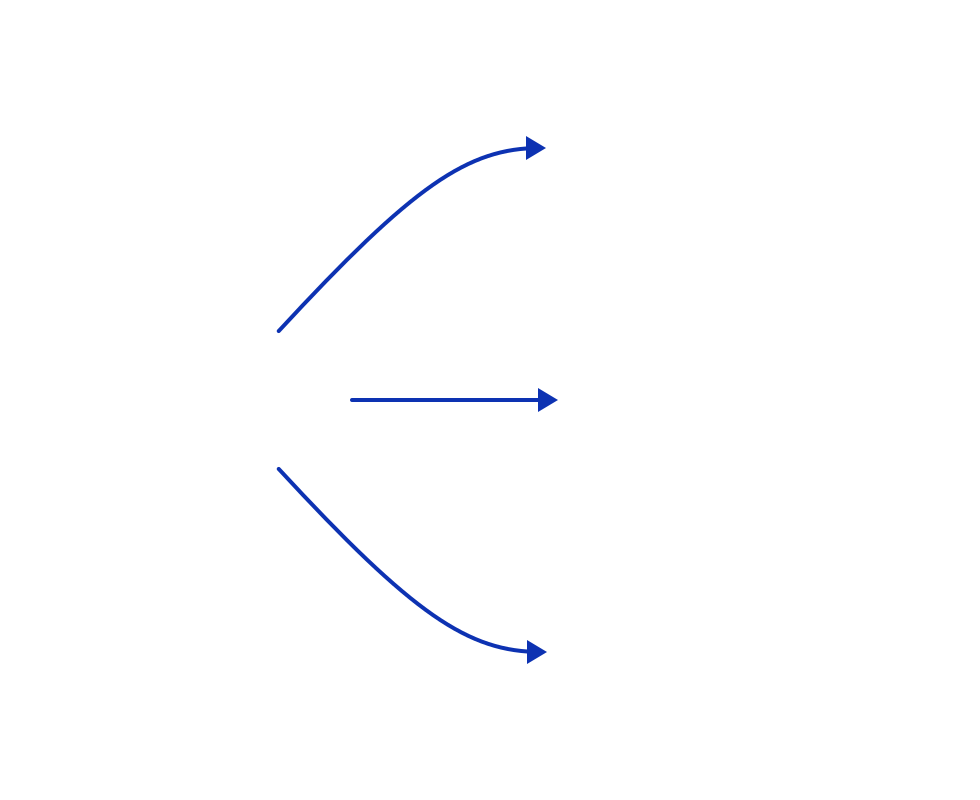
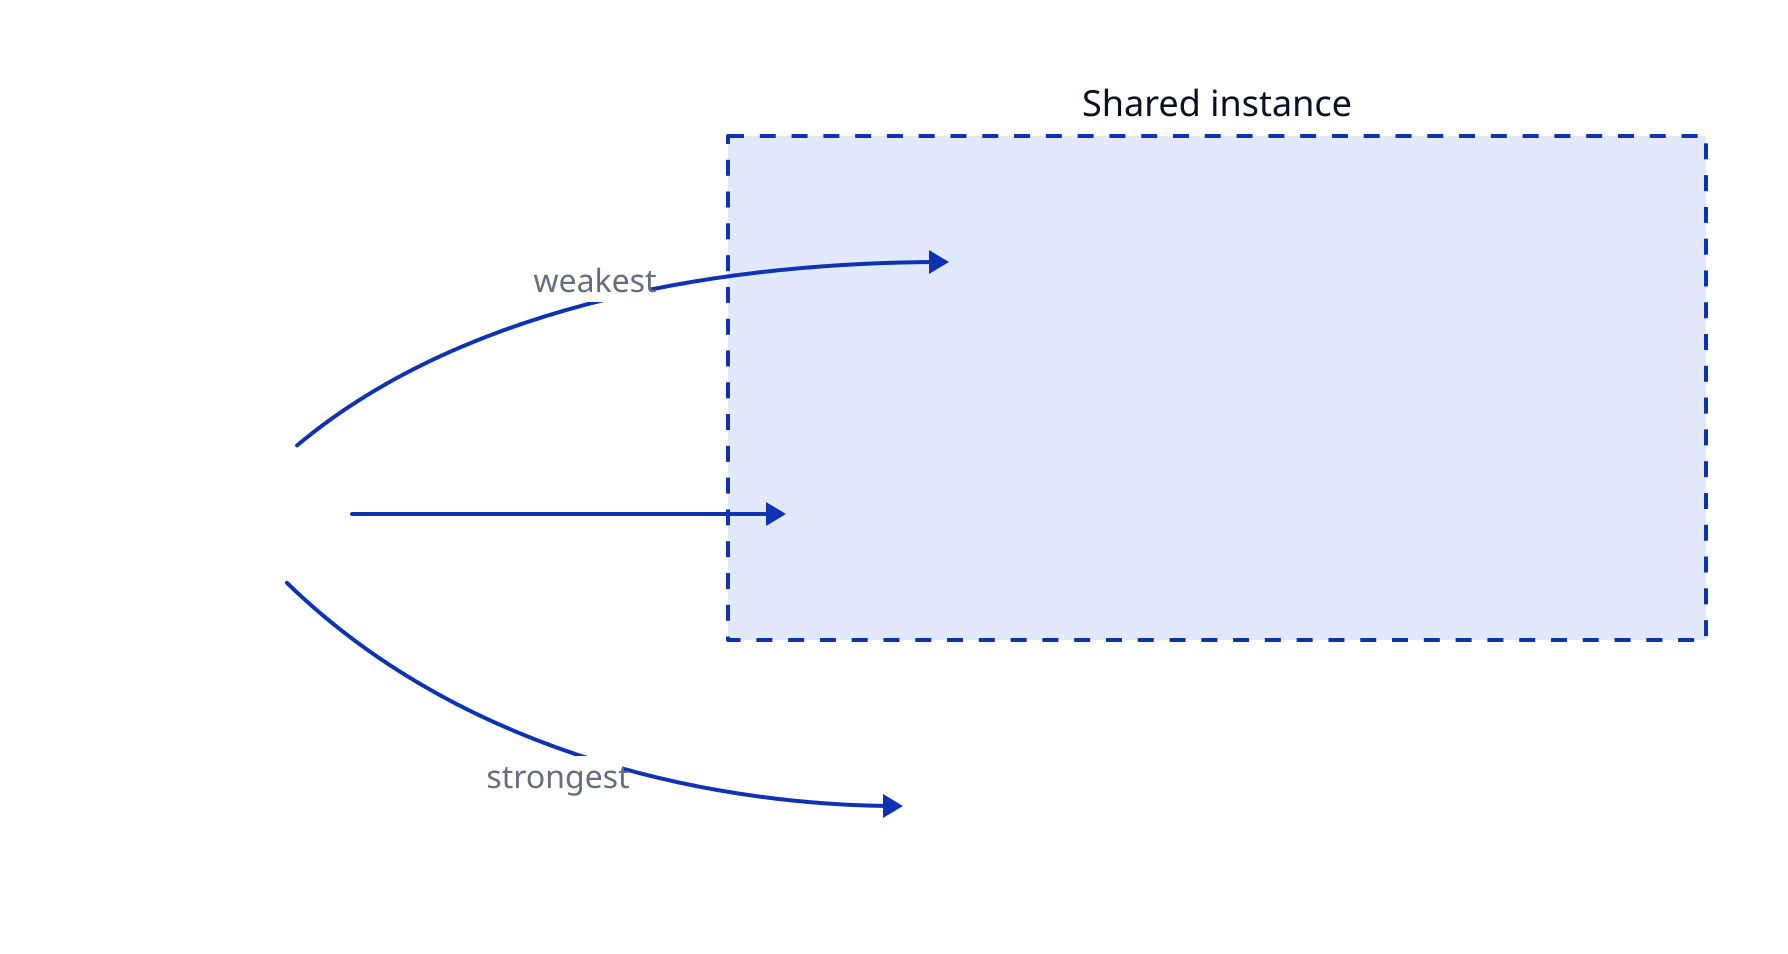
style: {
    fill: transparent
}

vars: {
    d2-config: {
        pad: 40
    }
}

direction: right

Tenant: {
    shape: rectangle
    style: {
        stroke: "#4a90d9"
        stroke-width: 2
    }
    label: |md
        ### Tenant identity
        bound per request
    |
}

- Database: {
+ shared: {
+     label: "Shared instance"
+     style: {
+         stroke-dash: 4
+         font-size: 18
+     }
+ 
+     tagged: {
+         shape: rectangle
+         label: |md
+             ### tagged
+             tenant marker, filtered
+             `tenant_aware`
+         |
+     }
+ 
+     namespace: {
+         shape: rectangle
+         label: |md
+             ### namespace
+             per-tenant schema / bucket / dataset
+             named or relation resolver
+         |
+     }
+ }
+ 
+ dedicated: {
    shape: rectangle
+     style: {
+         stroke: "#4a90d9"
+     }
    label: |md
-         ### Database per tenant
+         ### dedicated
+         per-tenant instance & credentials
        routed client
    |
}

- Schema: {
-     shape: rectangle
-     label: |md
-         ### Schema per tenant
-         relation resolver
-     |
- }
- 
- Row: {
-     shape: rectangle
-     label: |md
-         ### Shared, row-filtered
-         tenant_aware
-     |
- }
- 
- Tenant -> Database
- Tenant -> Schema
- Tenant -> Row
+ Tenant -> shared.tagged: weakest
+ Tenant -> shared.namespace
+ Tenant -> dedicated: strongest
